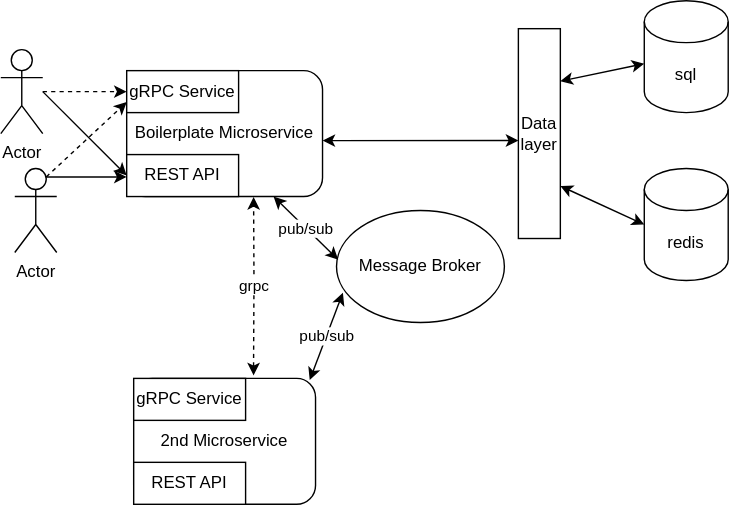
Above: doc/go-boilerplate-v1.svg in zYros90/go-boilerplate-v1 (draw.io), before the change. Source tidied: cells renumbered, new cells last; positions are measured from the earlier drawing's top-left corner, leaving out a move shared by most shapes.
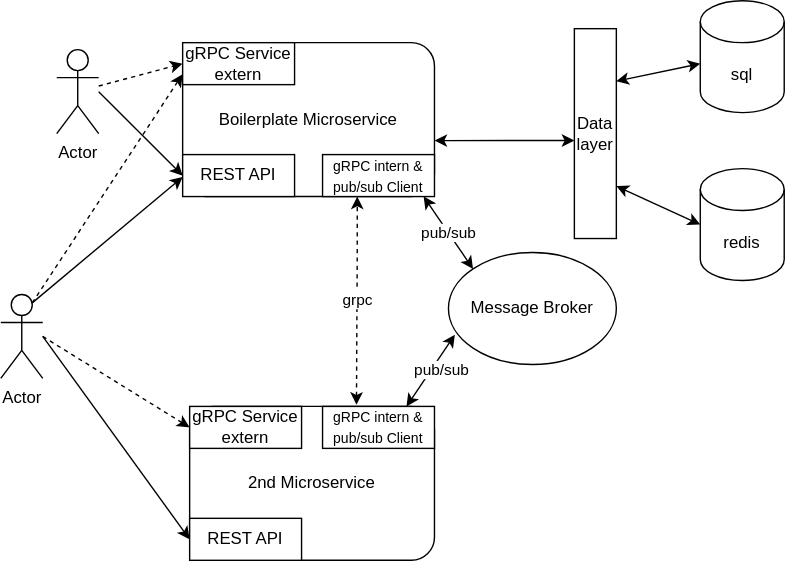
The same diagram one commit later.

Commit message:
update project layout drawing

The edit, as a diff of the source:
```diff
@@ -3,7 +3,7 @@
     <mxCell id="0" />
     <mxCell id="1" parent="0" />
     <mxCell id="2" value="Boilerplate Microservice" style="rounded=1;whiteSpace=wrap;html=1;" parent="1" vertex="1">
-      <mxGeometry x="90" y="50" width="140" height="90" as="geometry" />
+      <mxGeometry x="90" y="30" width="180" height="110" as="geometry" />
     </mxCell>
     <mxCell id="3" value="sql" style="shape=cylinder3;whiteSpace=wrap;html=1;boundedLbl=1;backgroundOutline=1;size=15;" parent="1" vertex="1">
       <mxGeometry x="460" width="60" height="80" as="geometry" />
@@ -31,23 +31,33 @@
     <mxCell id="9" style="edgeStyle=none;html=1;entryX=0;entryY=0.75;entryDx=0;entryDy=0;dashed=1;exitX=0.75;exitY=0.1;exitDx=0;exitDy=0;exitPerimeter=0;" parent="1" edge="1" source="10" target="22">
       <mxGeometry relative="1" as="geometry" />
     </mxCell>
+    <mxCell id="24" style="edgeStyle=none;html=1;entryX=0;entryY=0.5;entryDx=0;entryDy=0;" parent="1" edge="1" target="14">
+      <mxGeometry relative="1" as="geometry">
+        <mxPoint x="-10" y="240" as="sourcePoint" />
+      </mxGeometry>
+    </mxCell>
+    <mxCell id="25" style="edgeStyle=none;html=1;dashed=1;entryX=0;entryY=0.5;entryDx=0;entryDy=0;" parent="1" edge="1" target="23">
+      <mxGeometry relative="1" as="geometry">
+        <mxPoint x="-10" y="240" as="sourcePoint" />
+      </mxGeometry>
+    </mxCell>
     <mxCell id="10" value="Actor" style="shape=umlActor;verticalLabelPosition=bottom;verticalAlign=top;html=1;outlineConnect=0;" parent="1" vertex="1">
-      <mxGeometry x="10" y="120" width="30" height="60" as="geometry" />
+      <mxGeometry x="-40" y="210" width="30" height="60" as="geometry" />
     </mxCell>
     <mxCell id="11" value="Message Broker" style="ellipse;whiteSpace=wrap;html=1;" parent="1" vertex="1">
-      <mxGeometry x="240" y="150" width="120" height="80" as="geometry" />
+      <mxGeometry x="280" y="180" width="120" height="80" as="geometry" />
     </mxCell>
-    <mxCell id="12" value="pub/sub" style="endArrow=classic;startArrow=classic;html=1;entryX=0.75;entryY=1;entryDx=0;entryDy=0;exitX=0.01;exitY=0.439;exitDx=0;exitDy=0;exitPerimeter=0;" parent="1" edge="1" source="11" target="2">
+    <mxCell id="12" value="pub/sub" style="endArrow=classic;startArrow=classic;html=1;entryX=0.903;entryY=0.997;entryDx=0;entryDy=0;exitX=0;exitY=0;exitDx=0;exitDy=0;entryPerimeter=0;" parent="1" edge="1" source="11" target="26">
       <mxGeometry relative="1" as="geometry" />
     </mxCell>
     <mxCell id="13" value="2nd Microservice" style="rounded=1;whiteSpace=wrap;html=1;" parent="1" vertex="1">
-      <mxGeometry x="95" y="270" width="130" height="90" as="geometry" />
+      <mxGeometry x="95" y="290" width="175" height="110" as="geometry" />
     </mxCell>
     <mxCell id="14" value="REST API" style="rounded=0;whiteSpace=wrap;html=1;" parent="1" vertex="1">
-      <mxGeometry x="95" y="330" width="80" height="30" as="geometry" />
+      <mxGeometry x="95" y="370" width="80" height="30" as="geometry" />
     </mxCell>
-    <mxCell id="15" value="pub/sub" style="endArrow=classic;startArrow=classic;html=1;entryX=0.038;entryY=0.734;entryDx=0;entryDy=0;entryPerimeter=0;exitX=0.968;exitY=0.013;exitDx=0;exitDy=0;exitPerimeter=0;" parent="1" edge="1" source="13" target="11">
-      <mxGeometry relative="1" as="geometry" />
+    <mxCell id="15" value="pub/sub" style="endArrow=classic;startArrow=classic;html=1;entryX=0.038;entryY=0.734;entryDx=0;entryDy=0;entryPerimeter=0;exitX=0.75;exitY=0;exitDx=0;exitDy=0;" parent="1" edge="1" source="27" target="11">
+      <mxGeometry x="0.16" y="-6" relative="1" as="geometry" />
     </mxCell>
     <mxCell id="16" value="Data layer" style="rounded=0;whiteSpace=wrap;html=1;" parent="1" vertex="1">
       <mxGeometry x="370" y="20" width="30" height="150" as="geometry" />
@@ -67,21 +77,29 @@
     </mxCell>
     <mxCell id="20" style="endArrow=classic;startArrow=classic;html=1;entryX=0;entryY=0.533;entryDx=0;entryDy=0;entryPerimeter=0;" parent="1" edge="1" target="16">
       <mxGeometry relative="1" as="geometry">
-        <mxPoint x="230" y="100" as="sourcePoint" />
+        <mxPoint x="270" y="100" as="sourcePoint" />
       </mxGeometry>
     </mxCell>
-    <mxCell id="21" value="grpc" style="endArrow=classic;startArrow=classic;html=1;exitX=0.659;exitY=-0.024;exitDx=0;exitDy=0;dashed=1;entryX=0.648;entryY=1.004;entryDx=0;entryDy=0;entryPerimeter=0;exitPerimeter=0;" parent="1" edge="1" source="13" target="2">
+    <mxCell id="21" value="grpc" style="endArrow=classic;startArrow=classic;html=1;dashed=1;exitX=0.428;exitY=-0.038;exitDx=0;exitDy=0;exitPerimeter=0;" parent="1" edge="1">
       <mxGeometry relative="1" as="geometry">
+        <mxPoint x="214.2" y="288.9" as="sourcePoint" />
+        <mxPoint x="214.8" y="140" as="targetPoint" />
         <Array as="points">
-          <mxPoint x="181" y="200" />
+          <mxPoint x="214.8" y="180" />
         </Array>
       </mxGeometry>
     </mxCell>
-    <mxCell id="22" value="gRPC Service" style="rounded=0;whiteSpace=wrap;html=1;" parent="1" vertex="1">
-      <mxGeometry x="90" y="50" width="80" height="30" as="geometry" />
+    <mxCell id="22" value="gRPC Service&lt;br&gt;extern" style="rounded=0;whiteSpace=wrap;html=1;" parent="1" vertex="1">
+      <mxGeometry x="90" y="30" width="80" height="30" as="geometry" />
     </mxCell>
-    <mxCell id="23" value="gRPC Service" style="rounded=0;whiteSpace=wrap;html=1;" parent="1" vertex="1">
-      <mxGeometry x="95" y="270" width="80" height="30" as="geometry" />
+    <mxCell id="23" value="gRPC Service&lt;br&gt;extern" style="rounded=0;whiteSpace=wrap;html=1;" parent="1" vertex="1">
+      <mxGeometry x="95" y="290" width="80" height="30" as="geometry" />
     </mxCell>
+    <mxCell id="26" value="&lt;font style=&quot;font-size: 10px&quot;&gt;gRPC intern &amp;amp; pub/sub Client&lt;/font&gt;" style="rounded=0;whiteSpace=wrap;html=1;" parent="1" vertex="1">
+      <mxGeometry x="190" y="110" width="80" height="30" as="geometry" />
+    </mxCell>
+    <mxCell id="27" value="&lt;font style=&quot;font-size: 10px&quot;&gt;gRPC intern &amp;amp; pub/sub Client&lt;/font&gt;" style="rounded=0;whiteSpace=wrap;html=1;" parent="1" vertex="1">
+      <mxGeometry x="190" y="290" width="80" height="30" as="geometry" />
+    </mxCell>
   </root>
 </mxGraphModel>
```
